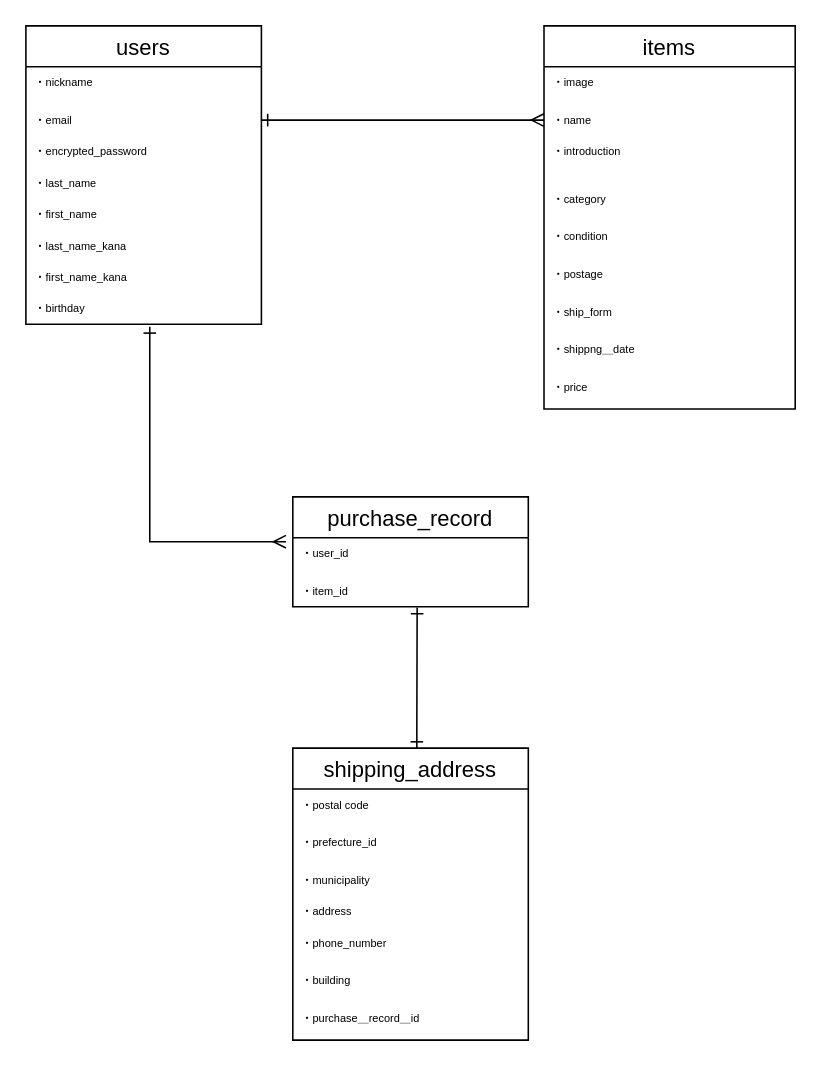
Above: test.dio in knt1o12/furima-29069 (draw.io), before the change. Source tidied: cells renumbered, new cells numbered last; positions are measured from the earlier drawing's top-left corner, leaving out a move shared by most shapes. Both pictures are drawn from the tidied source at 157%, with x=0, y=0 at pixel (25, 25).
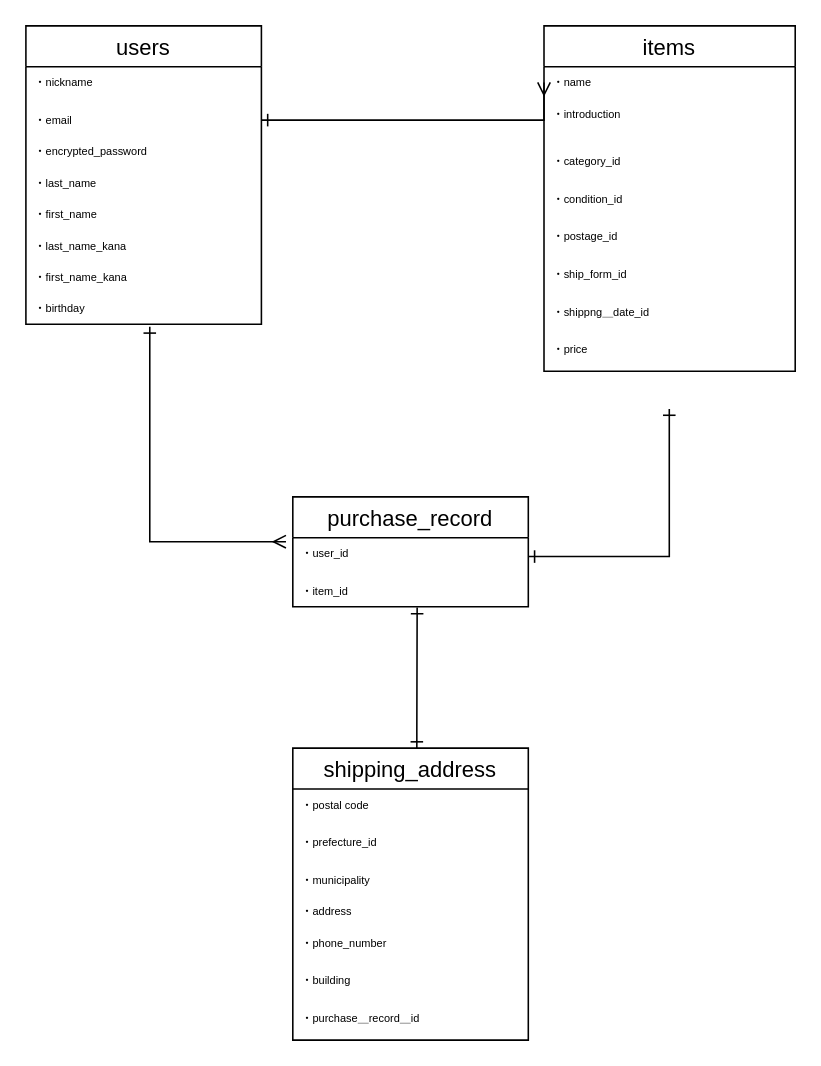
The same diagram, later.

Commit message (it also covers changes not shown here):
データベース　プルリクエスト　修正②

Unchanged cells that the change refers to:
```xml
<mxCell id="31" value="・user_id&#10;" style="text;strokeColor=none;fillColor=none;spacingLeft=4;spacingRight=4;overflow=hidden;points=[[0,0.5],[1,0.5]];portConstraint=eastwest;fontSize=7;" parent="30" vertex="1">
  <mxGeometry y="26" width="150" height="24" as="geometry" />
</mxCell>
```

What changed in the source:
```diff
@@
     <mxCell id="11" value="items" style="swimlane;fontStyle=0;horizontal=1;startSize=26;align=center;fontSize=14;" parent="1" vertex="1">
-      <mxGeometry x="330" width="160" height="244" as="geometry" />
+      <mxGeometry x="330" width="160" height="220" as="geometry" />
     </mxCell>
-    <mxCell id="12" value="・image" style="text;strokeColor=none;fillColor=none;spacingLeft=4;spacingRight=4;overflow=hidden;fontSize=7;" parent="11" vertex="1">
-      <mxGeometry y="26" width="160" height="24" as="geometry" />
-    </mxCell>
     <mxCell id="13" value="・name" style="text;strokeColor=none;fillColor=none;spacingLeft=4;spacingRight=4;overflow=hidden;points=[[0,0.5],[1,0.5]];portConstraint=eastwest;fontSize=7;" parent="11" vertex="1">
-      <mxGeometry y="50" width="160" height="20" as="geometry" />
+      <mxGeometry y="26" width="160" height="20" as="geometry" />
     </mxCell>
     <mxCell id="14" value="・introduction&#10;" style="text;strokeColor=none;fillColor=none;spacingLeft=4;spacingRight=4;overflow=hidden;fontSize=7;" parent="11" vertex="1">
-      <mxGeometry y="70" width="160" height="30" as="geometry" />
+      <mxGeometry y="46" width="160" height="30" as="geometry" />
     </mxCell>
-    <mxCell id="15" value="・category" style="text;strokeColor=none;fillColor=none;spacingLeft=4;spacingRight=4;overflow=hidden;fontSize=7;" parent="11" vertex="1">
-      <mxGeometry y="100" width="160" height="24" as="geometry" />
+    <mxCell id="15" value="・category_id" style="text;strokeColor=none;fillColor=none;spacingLeft=4;spacingRight=4;overflow=hidden;fontSize=7;" parent="11" vertex="1">
+      <mxGeometry y="76" width="160" height="24" as="geometry" />
     </mxCell>
-    <mxCell id="16" value="・condition" style="text;strokeColor=none;fillColor=none;spacingLeft=4;spacingRight=4;overflow=hidden;fontSize=7;" parent="11" vertex="1">
-      <mxGeometry y="124" width="160" height="24" as="geometry" />
+    <mxCell id="16" value="・condition_id" style="text;strokeColor=none;fillColor=none;spacingLeft=4;spacingRight=4;overflow=hidden;fontSize=7;" parent="11" vertex="1">
+      <mxGeometry y="100" width="160" height="24" as="geometry" />
     </mxCell>
-    <mxCell id="17" value="・postage&#10;" style="text;strokeColor=none;fillColor=none;spacingLeft=4;spacingRight=4;overflow=hidden;fontSize=7;" parent="11" vertex="1">
-      <mxGeometry y="148" width="160" height="24" as="geometry" />
+    <mxCell id="17" value="・postage_id&#10;" style="text;strokeColor=none;fillColor=none;spacingLeft=4;spacingRight=4;overflow=hidden;fontSize=7;" parent="11" vertex="1">
+      <mxGeometry y="124" width="160" height="24" as="geometry" />
     </mxCell>
-    <mxCell id="18" value="・ship_form&#10;" style="text;strokeColor=none;fillColor=none;spacingLeft=4;spacingRight=4;overflow=hidden;fontSize=7;" parent="11" vertex="1">
-      <mxGeometry y="172" width="160" height="24" as="geometry" />
+    <mxCell id="18" value="・ship_form_id&#10;" style="text;strokeColor=none;fillColor=none;spacingLeft=4;spacingRight=4;overflow=hidden;fontSize=7;" parent="11" vertex="1">
+      <mxGeometry y="148" width="160" height="24" as="geometry" />
     </mxCell>
-    <mxCell id="19" value="・shippng＿date&#10;" style="text;strokeColor=none;fillColor=none;spacingLeft=4;spacingRight=4;overflow=hidden;fontSize=7;" parent="11" vertex="1">
-      <mxGeometry y="196" width="160" height="24" as="geometry" />
+    <mxCell id="19" value="・shippng＿date_id&#10;" style="text;strokeColor=none;fillColor=none;spacingLeft=4;spacingRight=4;overflow=hidden;fontSize=7;" parent="11" vertex="1">
+      <mxGeometry y="172" width="160" height="24" as="geometry" />
     </mxCell>
     <mxCell id="20" value="・price" style="text;strokeColor=none;fillColor=none;spacingLeft=4;spacingRight=4;overflow=hidden;fontSize=7;" parent="11" vertex="1">
-      <mxGeometry y="220" width="160" height="24" as="geometry" />
+      <mxGeometry y="196" width="160" height="24" as="geometry" />
     </mxCell>
@@
+    <mxCell id="35" style="edgeStyle=orthogonalEdgeStyle;rounded=0;jettySize=auto;html=1;startArrow=ERone;startFill=0;sourcePerimeterSpacing=0;endArrow=ERone;endFill=0;strokeWidth=1;fontSize=7;entryX=0.528;entryY=1.02;entryDx=0;entryDy=0;entryPerimeter=0;exitX=1;exitY=0.5;exitDx=0;exitDy=0;" parent="1" edge="1" source="31">
+      <mxGeometry relative="1" as="geometry">
+        <mxPoint x="409.8" y="244" as="targetPoint" />
+        <Array as="points">
+          <mxPoint x="410" y="338" />
+        </Array>
+      </mxGeometry>
+    </mxCell>
```
